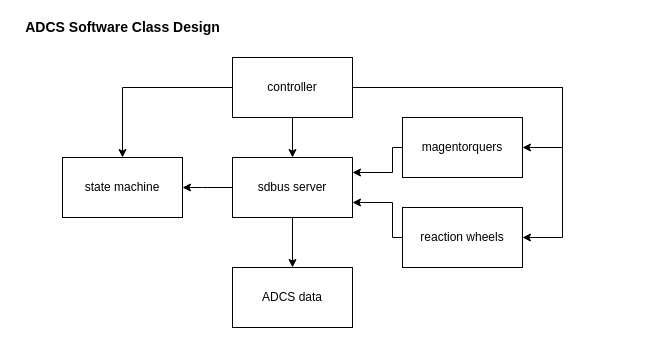
This is docs/adcs_class_design.drawio from oresat/oresat-adcs-software, a draw.io file, before an edit. Source tidied: cells renumbered, new cells numbered last; positions are measured from the earlier drawing's top-left corner, leaving out a move shared by most shapes. Both pictures are drawn from the tidied source at 100%, with x=0, y=0 at pixel (17, 17).
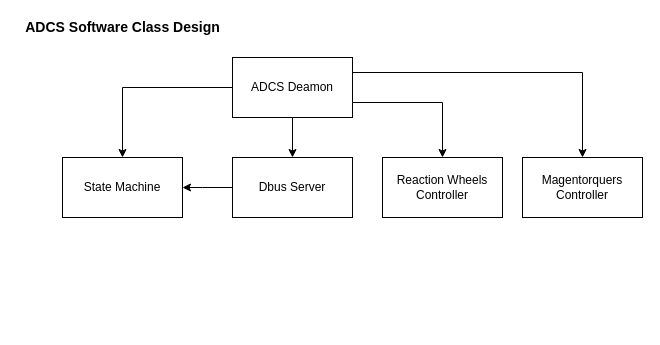
The same page after the edit.

Commit message (it also covers changes not shown here):
update diagram with new designed

What changed in the source:
```diff
@@
-    <mxCell id="3" style="edgeStyle=orthogonalEdgeStyle;rounded=0;jettySize=auto;html=1;entryX=1;entryY=0.5;entryDx=0;entryDy=0;" parent="1" edge="1" source="6" target="12">
+    <mxCell id="3" style="edgeStyle=orthogonalEdgeStyle;rounded=0;jettySize=auto;html=1;entryX=0.5;entryY=0;entryDx=0;entryDy=0;exitX=1;exitY=0.25;exitDx=0;exitDy=0;" parent="1" edge="1" source="6" target="12">
       <mxGeometry relative="1" as="geometry">
         <Array as="points">
-          <mxPoint x="545" y="70" />
-          <mxPoint x="545" y="130" />
+          <mxPoint x="565" y="55" />
         </Array>
       </mxGeometry>
     </mxCell>
-    <mxCell id="4" style="edgeStyle=orthogonalEdgeStyle;rounded=0;jettySize=auto;html=1;entryX=1;entryY=0.5;entryDx=0;entryDy=0;exitX=1;exitY=0.5;exitDx=0;exitDy=0;" parent="1" edge="1" source="6" target="14">
+    <mxCell id="4" style="edgeStyle=orthogonalEdgeStyle;rounded=0;jettySize=auto;html=1;entryX=0.5;entryY=0;entryDx=0;entryDy=0;exitX=1;exitY=0.75;exitDx=0;exitDy=0;" parent="1" edge="1" source="6" target="14">
       <mxGeometry relative="1" as="geometry">
         <Array as="points">
-          <mxPoint x="545" y="70" />
-          <mxPoint x="545" y="220" />
+          <mxPoint x="425" y="85" />
         </Array>
       </mxGeometry>
     </mxCell>
@@
-    <mxCell id="6" value="controller" style="rounded=0;whiteSpace=wrap;html=1;" parent="1" vertex="1">
+    <mxCell id="6" value="ADCS Deamon" style="rounded=0;whiteSpace=wrap;html=1;" parent="1" vertex="1">
       <mxGeometry x="215" y="40" width="120" height="60" as="geometry" />
     </mxCell>
@@
-    <mxCell id="8" style="edgeStyle=orthogonalEdgeStyle;rounded=0;jettySize=auto;html=1;exitX=0.5;exitY=1;exitDx=0;exitDy=0;" parent="1" edge="1" source="9" target="16">
-      <mxGeometry relative="1" as="geometry" />
-    </mxCell>
-    <mxCell id="9" value="sdbus server" style="rounded=0;whiteSpace=wrap;html=1;" parent="1" vertex="1">
+    <mxCell id="9" value="Dbus Server" style="rounded=0;whiteSpace=wrap;html=1;" parent="1" vertex="1">
       <mxGeometry x="215" y="140" width="120" height="60" as="geometry" />
     </mxCell>
-    <mxCell id="10" value="state machine" style="rounded=0;whiteSpace=wrap;html=1;" parent="1" vertex="1">
+    <mxCell id="10" value="State Machine" style="rounded=0;whiteSpace=wrap;html=1;" parent="1" vertex="1">
       <mxGeometry x="45" y="140" width="120" height="60" as="geometry" />
     </mxCell>
-    <mxCell id="11" style="edgeStyle=orthogonalEdgeStyle;rounded=0;jettySize=auto;html=1;entryX=1;entryY=0.25;entryDx=0;entryDy=0;exitX=0;exitY=0.5;exitDx=0;exitDy=0;" parent="1" edge="1" source="12" target="9">
-      <mxGeometry relative="1" as="geometry">
-        <Array as="points">
-          <mxPoint x="375" y="130" />
-          <mxPoint x="375" y="155" />
-        </Array>
-      </mxGeometry>
-    </mxCell>
-    <mxCell id="12" value="magentorquers" style="rounded=0;whiteSpace=wrap;html=1;" parent="1" vertex="1">
-      <mxGeometry x="385" y="100" width="120" height="60" as="geometry" />
+    <mxCell id="12" value="Magentorquers&lt;br&gt;Controller" style="rounded=0;whiteSpace=wrap;html=1;" parent="1" vertex="1">
+      <mxGeometry x="505" y="140" width="120" height="60" as="geometry" />
     </mxCell>
-    <mxCell id="13" style="edgeStyle=orthogonalEdgeStyle;rounded=0;jettySize=auto;html=1;entryX=1;entryY=0.75;entryDx=0;entryDy=0;exitX=0;exitY=0.5;exitDx=0;exitDy=0;" parent="1" edge="1" source="14" target="9">
-      <mxGeometry relative="1" as="geometry">
-        <Array as="points">
-          <mxPoint x="375" y="220" />
-          <mxPoint x="375" y="185" />
-        </Array>
-      </mxGeometry>
-    </mxCell>
-    <mxCell id="14" value="reaction wheels" style="rounded=0;whiteSpace=wrap;html=1;" parent="1" vertex="1">
-      <mxGeometry x="385" y="190" width="120" height="60" as="geometry" />
+    <mxCell id="14" value="Reaction Wheels&lt;br&gt;Controller" style="rounded=0;whiteSpace=wrap;html=1;" parent="1" vertex="1">
+      <mxGeometry x="365" y="140" width="120" height="60" as="geometry" />
     </mxCell>
@@
-    <mxCell id="16" value="ADCS data" style="rounded=0;whiteSpace=wrap;html=1;" parent="1" vertex="1">
-      <mxGeometry x="215" y="250" width="120" height="60" as="geometry" />
-    </mxCell>
```
